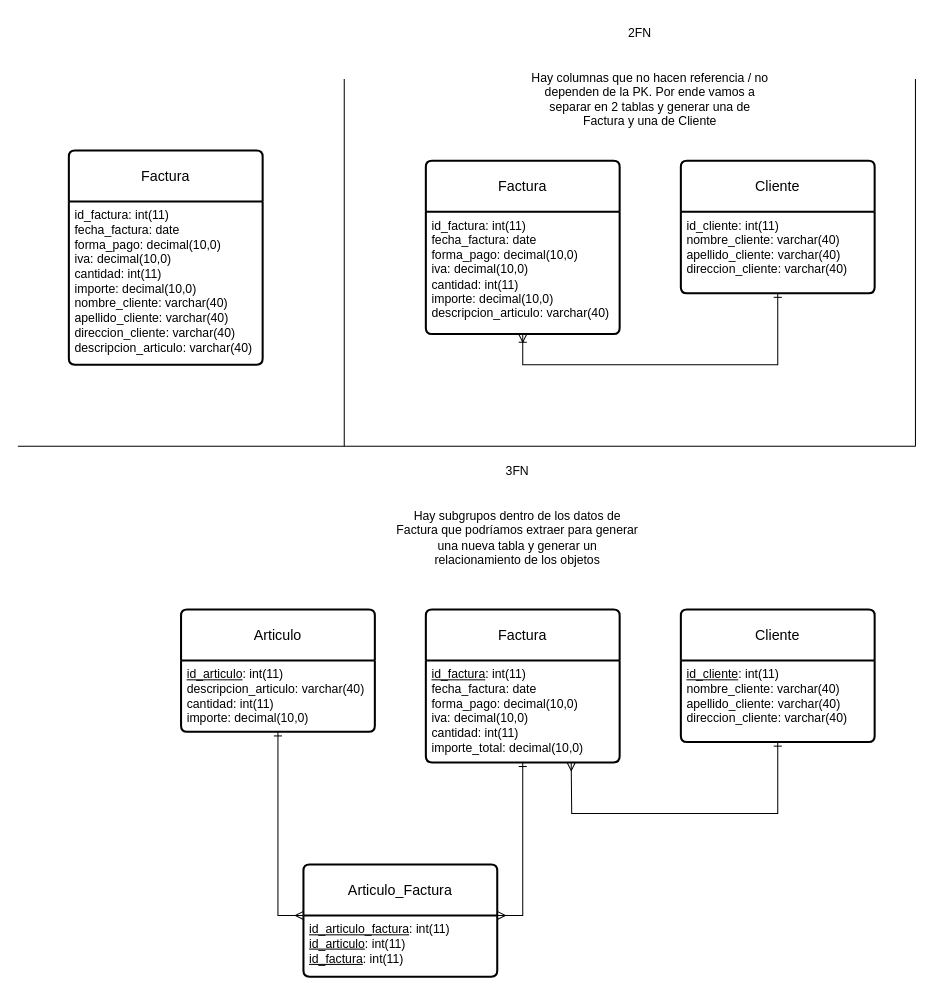
extjotabell/wave23-practicas keeps this draw.io diagram as page "Página-4" (4 of 4) of 7. bd relacionales/Normalizacion.drawio. Above is the earlier version. Source tidied: cells renumbered, new cells numbered last; positions are measured from the earlier drawing's top-left corner, leaving out a move shared by most shapes. Both pictures are drawn from the tidied source at 102%, with x=0, y=0 at pixel (17, 17).
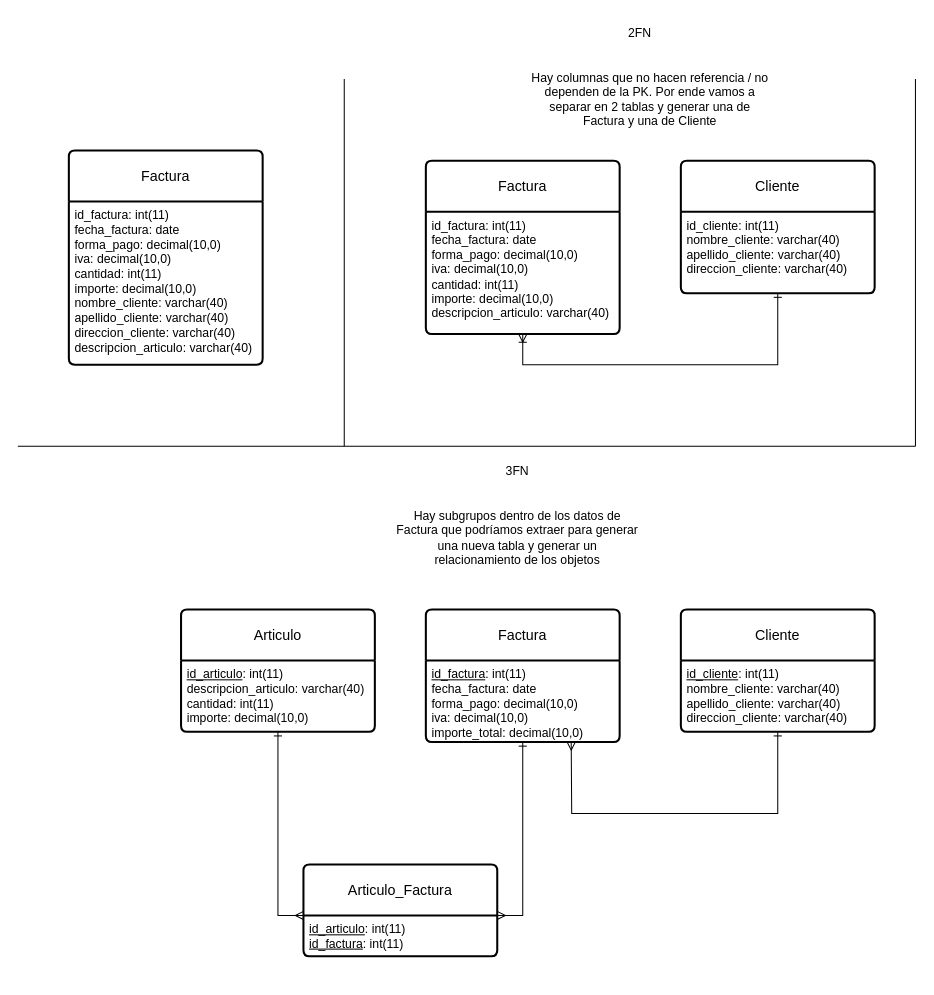
Above is the later version.

What changed in the source:
```diff
@@
     <mxCell id="15" value="Factura" style="swimlane;horizontal=1;startSize=50;rounded=1;fontSize=14;fontStyle=0;strokeWidth=2;shadow=0;dashed=0;align=center;arcSize=4;whiteSpace=wrap;html=1;" parent="1" vertex="1">
-      <mxGeometry x="400" y="580" width="190" height="150" as="geometry" />
+      <mxGeometry x="400" y="580" width="190" height="130" as="geometry" />
     </mxCell>
-    <mxCell id="16" value="&lt;u&gt;id_factura&lt;/u&gt;: int(11)&lt;br&gt;fecha_factura: date&lt;br&gt;forma_pago: decimal(10,0)&lt;br&gt;iva: decimal(10,0)&lt;br&gt;cantidad: int(11)&lt;br&gt;importe_total: decimal(10,0)" style="align=left;strokeColor=none;fillColor=none;spacingLeft=4;fontSize=12;verticalAlign=top;html=1;" parent="15" vertex="1">
-      <mxGeometry y="50" width="190" height="100" as="geometry" />
+    <mxCell id="16" value="&lt;u&gt;id_factura&lt;/u&gt;: int(11)&lt;br&gt;fecha_factura: date&lt;br&gt;forma_pago: decimal(10,0)&lt;br&gt;iva: decimal(10,0)&lt;br&gt;importe_total: decimal(10,0)" style="align=left;strokeColor=none;fillColor=none;spacingLeft=4;fontSize=12;verticalAlign=top;html=1;" parent="15" vertex="1">
+      <mxGeometry y="50" width="190" height="80" as="geometry" />
     </mxCell>
     <mxCell id="17" value="Cliente" style="swimlane;horizontal=1;startSize=50;rounded=1;fontSize=14;fontStyle=0;strokeWidth=2;shadow=0;dashed=0;align=center;arcSize=4;whiteSpace=wrap;html=1;" parent="1" vertex="1">
-      <mxGeometry x="650" y="580" width="190" height="130" as="geometry" />
+      <mxGeometry x="650" y="580" width="190" height="120" as="geometry" />
     </mxCell>
     <mxCell id="18" value="&lt;u&gt;id_cliente&lt;/u&gt;: int(11)&lt;br&gt;nombre_cliente: varchar(40)&lt;br&gt;apellido_cliente: varchar(40)&lt;br&gt;direccion_cliente: varchar(40)" style="align=left;strokeColor=none;fillColor=none;spacingLeft=4;fontSize=12;verticalAlign=top;html=1;" parent="17" vertex="1">
-      <mxGeometry y="50" width="190" height="80" as="geometry" />
+      <mxGeometry y="50" width="190" height="70" as="geometry" />
     </mxCell>
@@
     <mxCell id="24" value="Articulo_Factura" style="swimlane;horizontal=1;startSize=50;rounded=1;fontSize=14;fontStyle=0;strokeWidth=2;shadow=0;dashed=0;align=center;arcSize=4;whiteSpace=wrap;html=1;" parent="1" vertex="1">
-      <mxGeometry x="280" y="830" width="190" height="110" as="geometry" />
+      <mxGeometry x="280" y="830" width="190" height="90" as="geometry" />
     </mxCell>
-    <mxCell id="25" value="&lt;u&gt;id_articulo_factura&lt;/u&gt;: int(11)&lt;br&gt;&lt;u&gt;id_articulo&lt;/u&gt;: int(11)&lt;br&gt;&lt;u&gt;id_factura&lt;/u&gt;: int(11)" style="align=left;strokeColor=none;fillColor=none;spacingLeft=4;fontSize=12;verticalAlign=top;html=1;" parent="24" vertex="1">
-      <mxGeometry y="50" width="190" height="60" as="geometry" />
+    <mxCell id="25" value="&lt;u&gt;id_articulo&lt;/u&gt;: int(11)&lt;br&gt;&lt;u&gt;id_factura&lt;/u&gt;: int(11)" style="align=left;strokeColor=none;fillColor=none;spacingLeft=4;fontSize=12;verticalAlign=top;html=1;" parent="24" vertex="1">
+      <mxGeometry y="50" width="190" height="40" as="geometry" />
     </mxCell>
```
